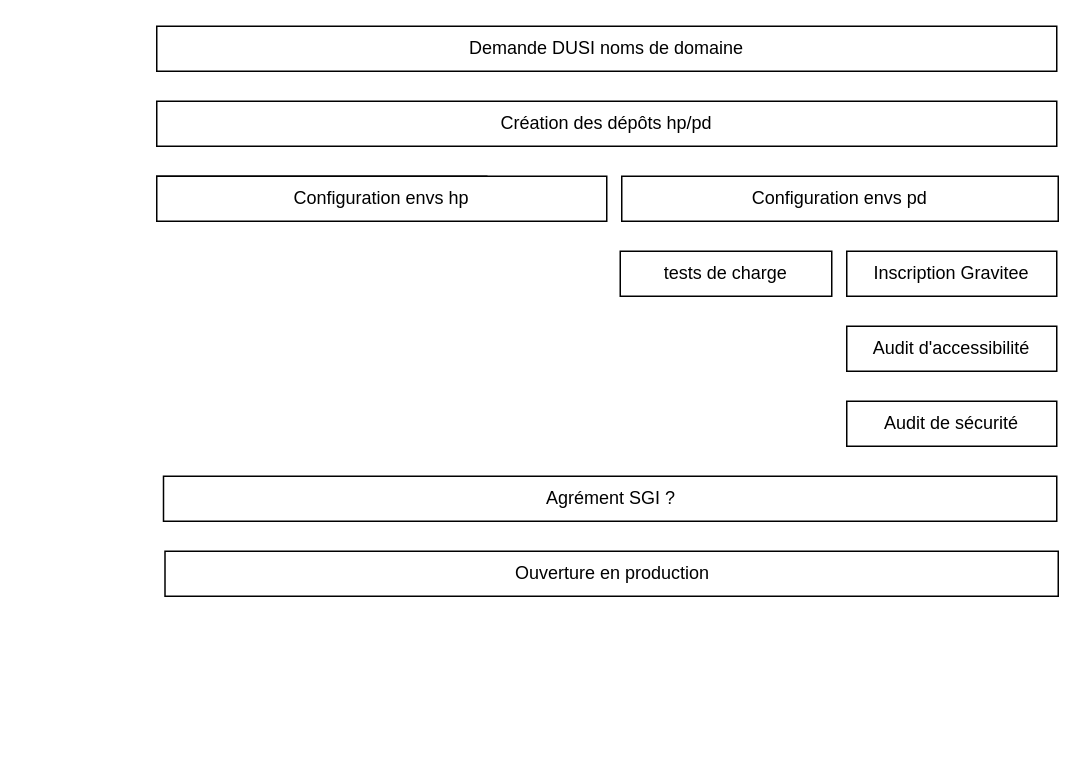
Before: macro-planning-ciclad.drawio in renaud23/drawio, a draw.io diagram. Source tidied: cells renumbered, new cells numbered last; positions are measured from the earlier drawing's top-left corner, leaving out a move shared by most shapes. Both pictures are drawn from the tidied source at 150%, with x=0, y=0 at pixel (156, 26).
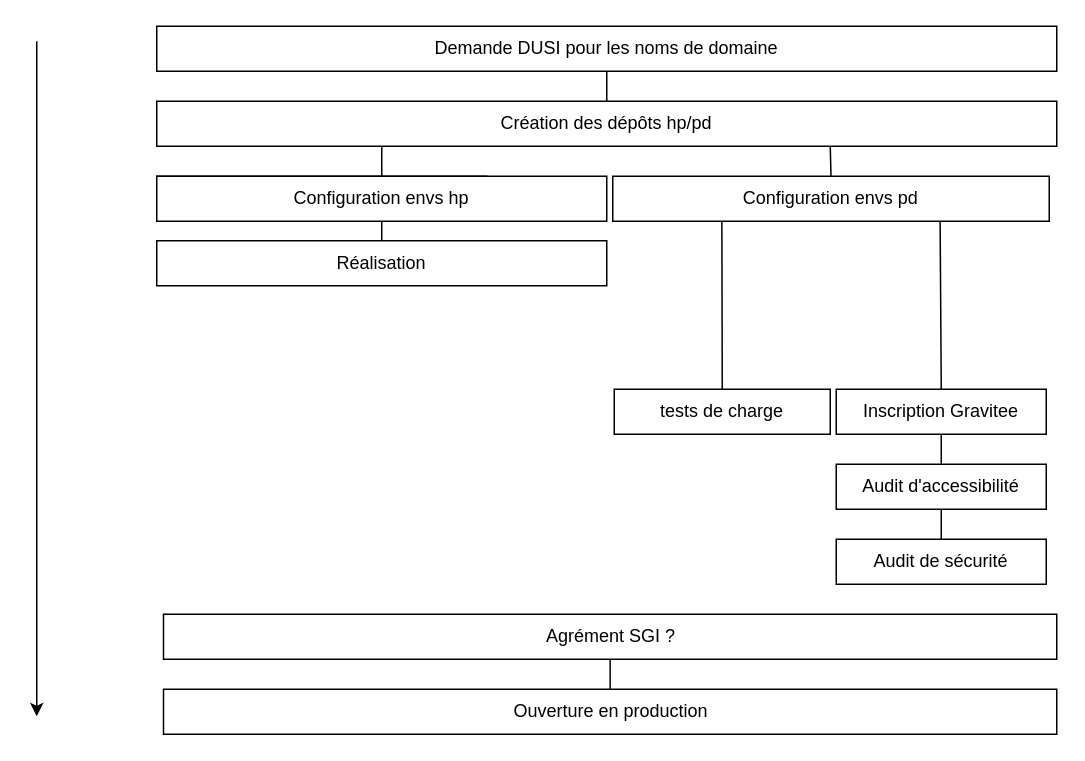
The same diagram, later.

Commit message (it also covers changes not shown here):
Mettre à jour macro-planning-ciclad.drawio

Unchanged cells that the change refers to:
```xml
<mxCell id="3" value="Création des dépôts hp/pd" style="rounded=0;whiteSpace=wrap;html=1;" parent="1" vertex="1">
  <mxGeometry y="50" width="600" height="30" as="geometry" />
</mxCell>
<mxCell id="5" value="Configuration envs hp" style="rounded=0;whiteSpace=wrap;html=1;" parent="1" vertex="1">
  <mxGeometry y="100" width="300" height="30" as="geometry" />
</mxCell>
```

What changed in the source:
```diff
@@
-    <mxCell id="2" value="Demande DUSI noms de domaine" style="rounded=0;whiteSpace=wrap;html=1;" parent="1" vertex="1">
+    <mxCell id="2" value="Demande DUSI pour les noms de domaine" style="rounded=0;whiteSpace=wrap;html=1;" parent="1" vertex="1">
       <mxGeometry width="600" height="30" as="geometry" />
     </mxCell>
@@
     <mxCell id="6" value="Configuration envs pd" style="rounded=0;whiteSpace=wrap;html=1;" parent="1" vertex="1">
-      <mxGeometry x="310" y="100" width="291" height="30" as="geometry" />
+      <mxGeometry x="304" y="100" width="291" height="30" as="geometry" />
     </mxCell>
     <mxCell id="7" value="tests de charge" style="rounded=0;whiteSpace=wrap;html=1;" parent="1" vertex="1">
-      <mxGeometry x="309" y="150" width="141" height="30" as="geometry" />
+      <mxGeometry x="305" y="242" width="144" height="30" as="geometry" />
     </mxCell>
     <mxCell id="8" value="Inscription Gravitee" style="rounded=0;whiteSpace=wrap;html=1;" parent="1" vertex="1">
-      <mxGeometry x="460" y="150" width="140" height="30" as="geometry" />
+      <mxGeometry x="453" y="242" width="140" height="30" as="geometry" />
     </mxCell>
     <mxCell id="9" value="Audit d'accessibilité" style="rounded=0;whiteSpace=wrap;html=1;" parent="1" vertex="1">
-      <mxGeometry x="460" y="200" width="140" height="30" as="geometry" />
+      <mxGeometry x="453" y="292" width="140" height="30" as="geometry" />
     </mxCell>
     <mxCell id="10" value="Audit de sécurité" style="rounded=0;whiteSpace=wrap;html=1;" parent="1" vertex="1">
-      <mxGeometry x="460" y="250" width="140" height="30" as="geometry" />
+      <mxGeometry x="453" y="342" width="140" height="30" as="geometry" />
     </mxCell>
     <mxCell id="11" value="Agrément SGI ?" style="rounded=0;whiteSpace=wrap;html=1;" parent="1" vertex="1">
-      <mxGeometry x="4.5" y="300" width="595.5" height="30" as="geometry" />
+      <mxGeometry x="4.5" y="392" width="595.5" height="30" as="geometry" />
     </mxCell>
     <mxCell id="12" value="Ouverture en production" style="rounded=0;whiteSpace=wrap;html=1;" parent="1" vertex="1">
-      <mxGeometry x="5.5" y="350" width="595.5" height="30" as="geometry" />
+      <mxGeometry x="4.5" y="442" width="595.5" height="30" as="geometry" />
     </mxCell>
+    <mxCell id="13" style="endArrow=none;html=1;rounded=0;entryX=0.5;entryY=1;entryDx=0;entryDy=0;exitX=0.5;exitY=0;exitDx=0;exitDy=0;" parent="1" edge="1" source="3" target="2">
+      <mxGeometry relative="1" as="geometry" />
+    </mxCell>
+    <mxCell id="14" style="endArrow=none;html=1;rounded=0;entryX=0.25;entryY=1;entryDx=0;entryDy=0;exitX=0.5;exitY=0;exitDx=0;exitDy=0;" parent="1" edge="1" source="5" target="3">
+      <mxGeometry relative="1" as="geometry" />
+    </mxCell>
+    <mxCell id="15" style="endArrow=none;html=1;rounded=0;entryX=0.75;entryY=1;entryDx=0;entryDy=0;exitX=0.5;exitY=0;exitDx=0;exitDy=0;" parent="1" edge="1" source="6">
+      <mxGeometry relative="1" as="geometry">
+        <mxPoint x="449" y="80" as="targetPoint" />
+      </mxGeometry>
+    </mxCell>
+    <mxCell id="16" value="Réalisation" style="rounded=0;whiteSpace=wrap;html=1;" parent="1" vertex="1">
+      <mxGeometry y="143" width="300" height="30" as="geometry" />
+    </mxCell>
+    <mxCell id="17" style="endArrow=none;html=1;rounded=0;entryX=0.25;entryY=1;entryDx=0;entryDy=0;exitX=0.5;exitY=0;exitDx=0;exitDy=0;" parent="1" edge="1" source="7" target="6">
+      <mxGeometry relative="1" as="geometry" />
+    </mxCell>
+    <mxCell id="18" style="endArrow=none;html=1;rounded=0;entryX=0.75;entryY=1;entryDx=0;entryDy=0;exitX=0.5;exitY=0;exitDx=0;exitDy=0;" parent="1" edge="1" source="8" target="6">
+      <mxGeometry relative="1" as="geometry" />
+    </mxCell>
+    <mxCell id="19" style="endArrow=none;html=1;rounded=0;entryX=0.5;entryY=1;entryDx=0;entryDy=0;" parent="1" edge="1" source="9" target="8">
+      <mxGeometry relative="1" as="geometry" />
+    </mxCell>
+    <mxCell id="20" style="endArrow=none;html=1;rounded=0;entryX=0.5;entryY=1;entryDx=0;entryDy=0;exitX=0.5;exitY=0;exitDx=0;exitDy=0;" parent="1" edge="1" source="10" target="9">
+      <mxGeometry relative="1" as="geometry" />
+    </mxCell>
+    <mxCell id="21" style="endArrow=none;html=1;rounded=0;entryX=0.5;entryY=1;entryDx=0;entryDy=0;exitX=0.5;exitY=0;exitDx=0;exitDy=0;" parent="1" edge="1" source="12" target="11">
+      <mxGeometry relative="1" as="geometry" />
+    </mxCell>
+    <mxCell id="22" style="endArrow=none;html=1;rounded=0;exitX=0.5;exitY=0;exitDx=0;exitDy=0;" parent="1" edge="1" source="16" target="5">
+      <mxGeometry relative="1" as="geometry" />
+    </mxCell>
+    <mxCell id="23" style="endArrow=classic;html=1;rounded=0;" parent="1" edge="1">
+      <mxGeometry relative="1" as="geometry">
+        <mxPoint x="-80" y="10" as="sourcePoint" />
+        <mxPoint x="-80" y="460" as="targetPoint" />
+      </mxGeometry>
+    </mxCell>
```
